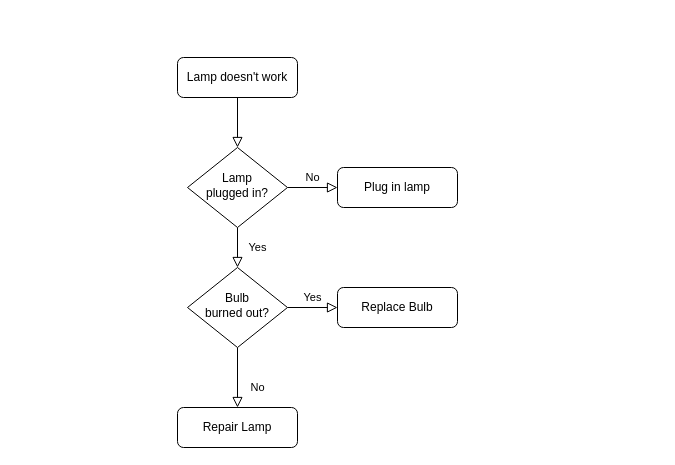
The draw.io diagram Untitled Diagram.drawio in jad3g/loan-prediction-eligibility, before the edit. Source tidied: cells renumbered, new cells numbered last; positions are measured from the earlier drawing's top-left corner, leaving out a move shared by most shapes. Both pictures are drawn from the tidied source at 100%, with x=0, y=0 at pixel (177, 57).
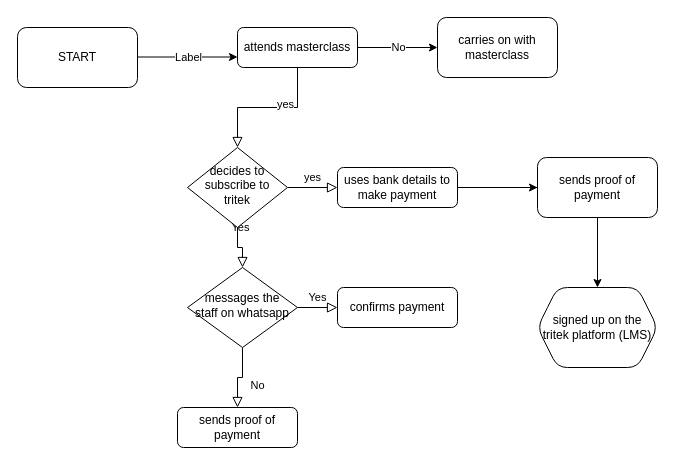
After the change.

Commit message:
PAYMENT PLATFORM AS IS QUERY PROCESS FLOW MAP

Unchanged cells that the change refers to:
```xml
<mxCell id="2" style="rounded=0;html=1;jettySize=auto;fontSize=11;endArrow=block;endFill=0;endSize=8;strokeWidth=1;shadow=0;labelBackgroundColor=none;edgeStyle=orthogonalEdgeStyle;" parent="1" edge="1" source="3" target="6">
  <mxGeometry relative="1" as="geometry" />
</mxCell>
```

What changed in the source:
```diff
@@
+    <mxCell id="13" value="yes" style="edgeLabel;html=1;align=center;verticalAlign=middle;" parent="2" vertex="1">
+      <mxGeometry x="-0.24" y="-4" relative="1" as="geometry" />
+    </mxCell>
+    <mxCell id="14" style="edgeStyle=orthogonalEdgeStyle;rounded=0;jettySize=auto;html=1;" parent="1" edge="1" source="3" target="24">
+      <mxGeometry relative="1" as="geometry" />
+    </mxCell>
+    <mxCell id="15" value="No" style="edgeLabel;html=1;align=center;verticalAlign=middle;" parent="14" vertex="1">
+      <mxGeometry x="-0.01" y="1" relative="1" as="geometry" />
+    </mxCell>
-    <mxCell id="3" value="Lamp doesn't work" style="rounded=1;whiteSpace=wrap;html=1;fontSize=12;glass=0;strokeWidth=1;shadow=0;" parent="1" vertex="1">
-      <mxGeometry width="120" height="40" as="geometry" />
+    <mxCell id="3" value="attends masterclass" style="rounded=1;whiteSpace=wrap;html=1;fontSize=12;glass=0;strokeWidth=1;shadow=0;" parent="1" vertex="1">
+      <mxGeometry x="60" y="-30" width="120" height="40" as="geometry" />
     </mxCell>
@@
-    <mxCell id="5" value="No" style="edgeStyle=orthogonalEdgeStyle;rounded=0;html=1;jettySize=auto;fontSize=11;endArrow=block;endFill=0;endSize=8;strokeWidth=1;shadow=0;labelBackgroundColor=none;" parent="1" edge="1" source="6" target="7">
+    <mxCell id="5" value="yes" style="edgeStyle=orthogonalEdgeStyle;rounded=0;html=1;jettySize=auto;fontSize=11;endArrow=block;endFill=0;endSize=8;strokeWidth=1;shadow=0;labelBackgroundColor=none;" parent="1" edge="1" source="6" target="7">
       <mxGeometry y="10" relative="1" as="geometry" />
     </mxCell>
-    <mxCell id="6" value="Lamp&lt;br&gt;plugged in?" style="rhombus;whiteSpace=wrap;html=1;shadow=0;fontFamily=Helvetica;fontSize=12;align=center;strokeWidth=1;spacing=6;spacingTop=-4;" parent="1" vertex="1">
+    <mxCell id="6" value="decides to subscribe to tritek" style="rhombus;whiteSpace=wrap;html=1;shadow=0;fontFamily=Helvetica;fontSize=12;align=center;strokeWidth=1;spacing=6;spacingTop=-4;" parent="1" vertex="1">
       <mxGeometry x="10" y="90" width="100" height="80" as="geometry" />
     </mxCell>
+    <mxCell id="16" style="edgeStyle=orthogonalEdgeStyle;rounded=0;jettySize=auto;html=1;" parent="1" edge="1" source="7">
+      <mxGeometry relative="1" as="geometry">
+        <mxPoint x="380" y="130" as="targetPoint" />
+      </mxGeometry>
+    </mxCell>
+    <mxCell id="17" style="edgeStyle=orthogonalEdgeStyle;rounded=0;jettySize=auto;html=1;" parent="1" edge="1" source="7" target="22">
+      <mxGeometry relative="1" as="geometry" />
+    </mxCell>
-    <mxCell id="7" value="Plug in lamp" style="rounded=1;whiteSpace=wrap;html=1;fontSize=12;glass=0;strokeWidth=1;shadow=0;" parent="1" vertex="1">
+    <mxCell id="7" value="uses bank details to make payment" style="rounded=1;whiteSpace=wrap;html=1;fontSize=12;glass=0;strokeWidth=1;shadow=0;" parent="1" vertex="1">
       <mxGeometry x="160" y="110" width="120" height="40" as="geometry" />
     </mxCell>
@@
-    <mxCell id="10" value="Bulb&lt;br&gt;burned out?" style="rhombus;whiteSpace=wrap;html=1;shadow=0;fontFamily=Helvetica;fontSize=12;align=center;strokeWidth=1;spacing=6;spacingTop=-4;" parent="1" vertex="1">
-      <mxGeometry x="10" y="210" width="100" height="80" as="geometry" />
+    <mxCell id="10" value="messages the staff on whatsapp" style="rhombus;whiteSpace=wrap;html=1;shadow=0;fontFamily=Helvetica;fontSize=12;align=center;strokeWidth=1;spacing=6;spacingTop=-4;" parent="1" vertex="1">
+      <mxGeometry x="10" y="210" width="110" height="80" as="geometry" />
     </mxCell>
-    <mxCell id="11" value="Repair Lamp" style="rounded=1;whiteSpace=wrap;html=1;fontSize=12;glass=0;strokeWidth=1;shadow=0;" parent="1" vertex="1">
+    <mxCell id="11" value="sends proof of payment" style="rounded=1;whiteSpace=wrap;html=1;fontSize=12;glass=0;strokeWidth=1;shadow=0;" parent="1" vertex="1">
       <mxGeometry y="350" width="120" height="40" as="geometry" />
     </mxCell>
-    <mxCell id="12" value="Replace Bulb" style="rounded=1;whiteSpace=wrap;html=1;fontSize=12;glass=0;strokeWidth=1;shadow=0;" parent="1" vertex="1">
+    <mxCell id="12" value="confirms payment" style="rounded=1;whiteSpace=wrap;html=1;fontSize=12;glass=0;strokeWidth=1;shadow=0;" parent="1" vertex="1">
       <mxGeometry x="160" y="230" width="120" height="40" as="geometry" />
     </mxCell>
+    <mxCell id="18" value="START" style="rounded=1;whiteSpace=wrap;html=1;" parent="1" vertex="1">
+      <mxGeometry x="-160" y="-30" width="120" height="60" as="geometry" />
+    </mxCell>
+    <mxCell id="19" style="endArrow=classic;html=1;rounded=0;" parent="1" edge="1">
+      <mxGeometry relative="1" as="geometry">
+        <mxPoint x="-40" y="-0.5" as="sourcePoint" />
+        <mxPoint x="60" y="-0.5" as="targetPoint" />
+      </mxGeometry>
+    </mxCell>
+    <mxCell id="20" value="Label" style="edgeLabel;html=1;align=center;verticalAlign=middle;" parent="19" vertex="1">
+      <mxGeometry relative="1" as="geometry" />
+    </mxCell>
+    <mxCell id="21" style="edgeStyle=orthogonalEdgeStyle;rounded=0;jettySize=auto;html=1;" parent="1" edge="1" source="22" target="23">
+      <mxGeometry relative="1" as="geometry" />
+    </mxCell>
+    <mxCell id="22" value="sends proof of payment" style="whiteSpace=wrap;html=1;rounded=1;glass=0;strokeWidth=1;shadow=0;" parent="1" vertex="1">
+      <mxGeometry x="360" y="100" width="120" height="60" as="geometry" />
+    </mxCell>
+    <mxCell id="23" value="signed up on the tritek platform (LMS)" style="shape=hexagon;perimeter=hexagonPerimeter2;whiteSpace=wrap;html=1;fixedSize=1;rounded=1;glass=0;strokeWidth=1;shadow=0;" parent="1" vertex="1">
+      <mxGeometry x="360" y="230" width="120" height="80" as="geometry" />
+    </mxCell>
+    <mxCell id="24" value="carries on with masterclass" style="whiteSpace=wrap;html=1;rounded=1;glass=0;strokeWidth=1;shadow=0;" parent="1" vertex="1">
+      <mxGeometry x="260" y="-40" width="120" height="60" as="geometry" />
+    </mxCell>
```
